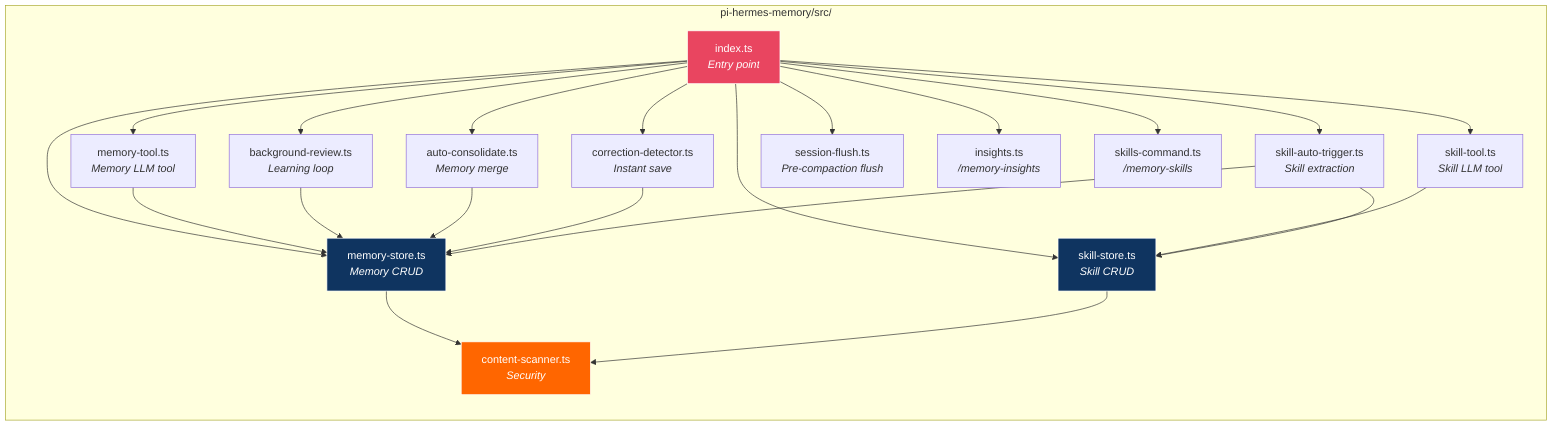
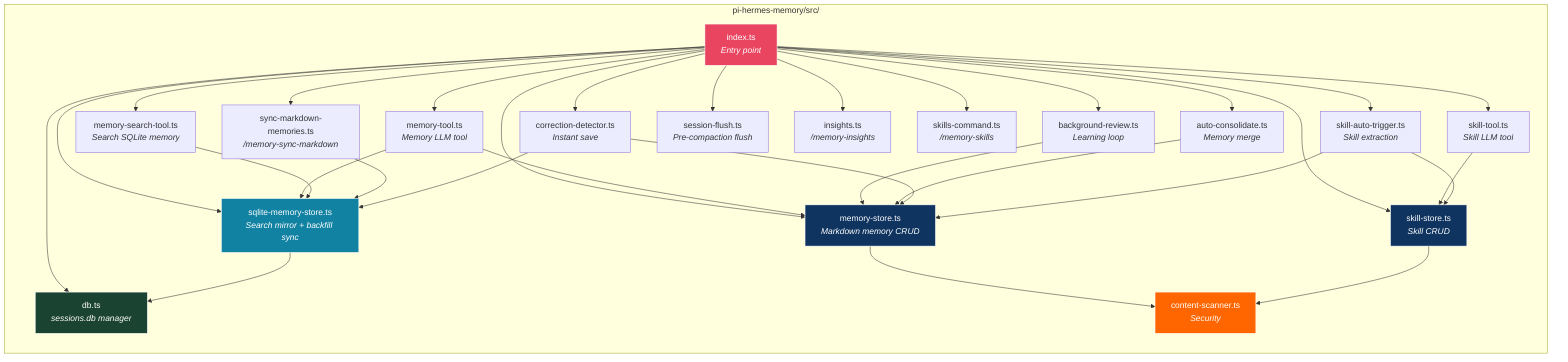
graph LR
    subgraph "pi-hermes-memory/src/"
        IDX["index.ts<br/><i>Entry point</i>"]
-         MS["memory-store.ts<br/><i>Memory CRUD</i>"]
+         MS["memory-store.ts<br/><i>Markdown memory CRUD</i>"]
+         SSM["sqlite-memory-store.ts<br/><i>Search mirror + backfill sync</i>"]
+         DB["db.ts<br/><i>sessions.db manager</i>"]
        SS["skill-store.ts<br/><i>Skill CRUD</i>"]
        MT["memory-tool.ts<br/><i>Memory LLM tool</i>"]
+         MST["memory-search-tool.ts<br/><i>Search SQLite memory</i>"]
        ST["skill-tool.ts<br/><i>Skill LLM tool</i>"]
        CS["content-scanner.ts<br/><i>Security</i>"]
        BR["background-review.ts<br/><i>Learning loop</i>"]
        AC["auto-consolidate.ts<br/><i>Memory merge</i>"]
        CD["correction-detector.ts<br/><i>Instant save</i>"]
        SA["skill-auto-trigger.ts<br/><i>Skill extraction</i>"]
        SF["session-flush.ts<br/><i>Pre-compaction flush</i>"]
        IN["insights.ts<br/><i>/memory-insights</i>"]
        SC["skills-command.ts<br/><i>/memory-skills</i>"]
+         SM["sync-markdown-memories.ts<br/><i>/memory-sync-markdown</i>"]
    end

    IDX --> MS
+     IDX --> SSM
+     IDX --> DB
    IDX --> SS
    IDX --> MT
+     IDX --> MST
    IDX --> ST
    IDX --> BR
    IDX --> AC
    IDX --> CD
    IDX --> SA
    IDX --> SF
    IDX --> IN
    IDX --> SC
+     IDX --> SM
+ 
    MT --> MS
+     MT --> SSM
+     MST --> SSM
+     SM --> SSM
    ST --> SS
    MS --> CS
    SS --> CS
    BR --> MS
    AC --> MS
    CD --> MS
+     CD --> SSM
    SA --> MS
    SA --> SS
+     SSM --> DB

    style IDX fill:#e94560,stroke:#fff,color:#fff
    style MS fill:#0f3460,stroke:#fff,color:#fff
+     style SSM fill:#1282a2,stroke:#fff,color:#fff
+     style DB fill:#1b4332,stroke:#fff,color:#fff
    style SS fill:#0f3460,stroke:#fff,color:#fff
    style CS fill:#ff6600,stroke:#fff,color:#fff
